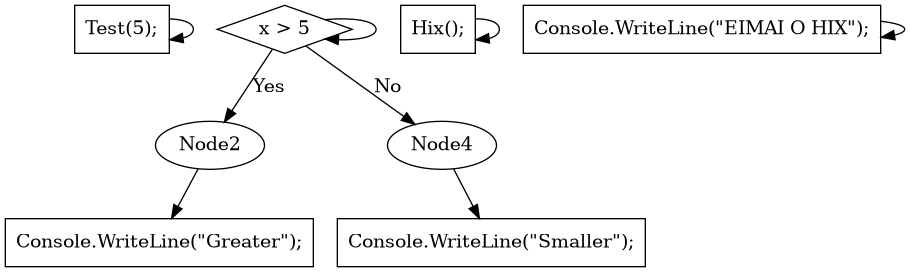
kx0101/csharp-flowchart keeps this Graphviz diagram as flowchart.png. Above is the earlier version. Its source is kept beside it as flowchart.dot. Source of this version:
```dot
digraph Flowchart {
    Node0 [shape=box, label="Main()"];
    Node0 [shape=box, label="Test(5);"];
    Node0 -> Node0;
    Node1 [shape=box, label="Test()"];
    Node1 [shape=diamond, label="x > 5"];
    Node1 -> Node1;
    Node1 -> Node2 [label="Yes"];
    Node3 [shape=box, label="Console.WriteLine(\"Greater\");"];
    Node2 -> Node3;
    Node1 -> Node4 [label="No"];
    Node5 [shape=box, label="Console.WriteLine(\"Smaller\");"];
    Node4 -> Node5;
    Node6 [shape=box, label="Hix();"];
    Node6 -> Node6;
    Node7 [shape=box, label="Hix()"];
    Node7 [shape=box, label="Console.WriteLine(\"EIMAI O HIX\");"];
    Node7 -> Node7;
}
```
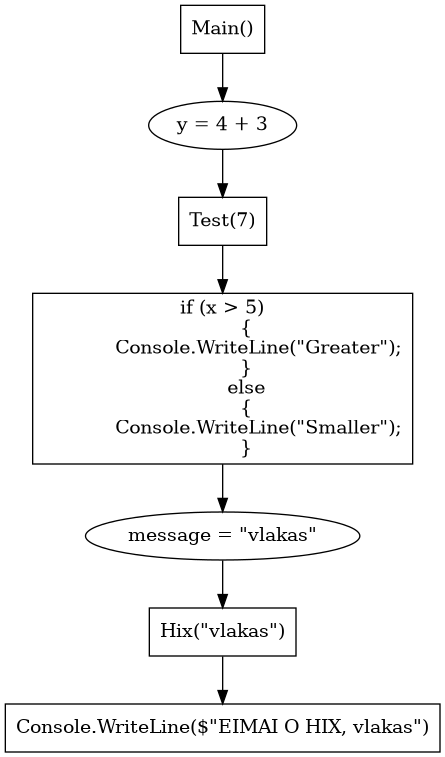
The same diagram one commit later.

The edit, as a diff of the source:
```diff
@@ -1,19 +1,22 @@
 digraph Flowchart {
     Node0 [shape=box, label="Main()"];
-    Node0 [shape=box, label="Test(5);"];
-    Node0 -> Node0;
-    Node1 [shape=box, label="Test()"];
-    Node1 [shape=diamond, label="x > 5"];
-    Node1 -> Node1;
-    Node1 -> Node2 [label="Yes"];
-    Node3 [shape=box, label="Console.WriteLine(\"Greater\");"];
+    Node1 [shape=ellipse, label="y = 4 + 3"];
+    Node0 -> Node1;
+    Node2 [shape=box, label="Test(7)"];
+    Node1 -> Node2;
+    Node3 [shape=box, label="if (x > 5)
+        {
+            Console.WriteLine(\"Greater\");
+        }
+        else
+        {
+            Console.WriteLine(\"Smaller\");
+        }"];
     Node2 -> Node3;
-    Node1 -> Node4 [label="No"];
-    Node5 [shape=box, label="Console.WriteLine(\"Smaller\");"];
+    Node4 [shape=ellipse, label="message = \"vlakas\""];
+    Node3 -> Node4;
+    Node5 [shape=box, label="Hix(\"vlakas\")"];
     Node4 -> Node5;
-    Node6 [shape=box, label="Hix();"];
-    Node6 -> Node6;
-    Node7 [shape=box, label="Hix()"];
-    Node7 [shape=box, label="Console.WriteLine(\"EIMAI O HIX\");"];
-    Node7 -> Node7;
+    Node6 [shape=box, label="Console.WriteLine($\"EIMAI O HIX, vlakas\")"];
+    Node5 -> Node6;
 }
```
